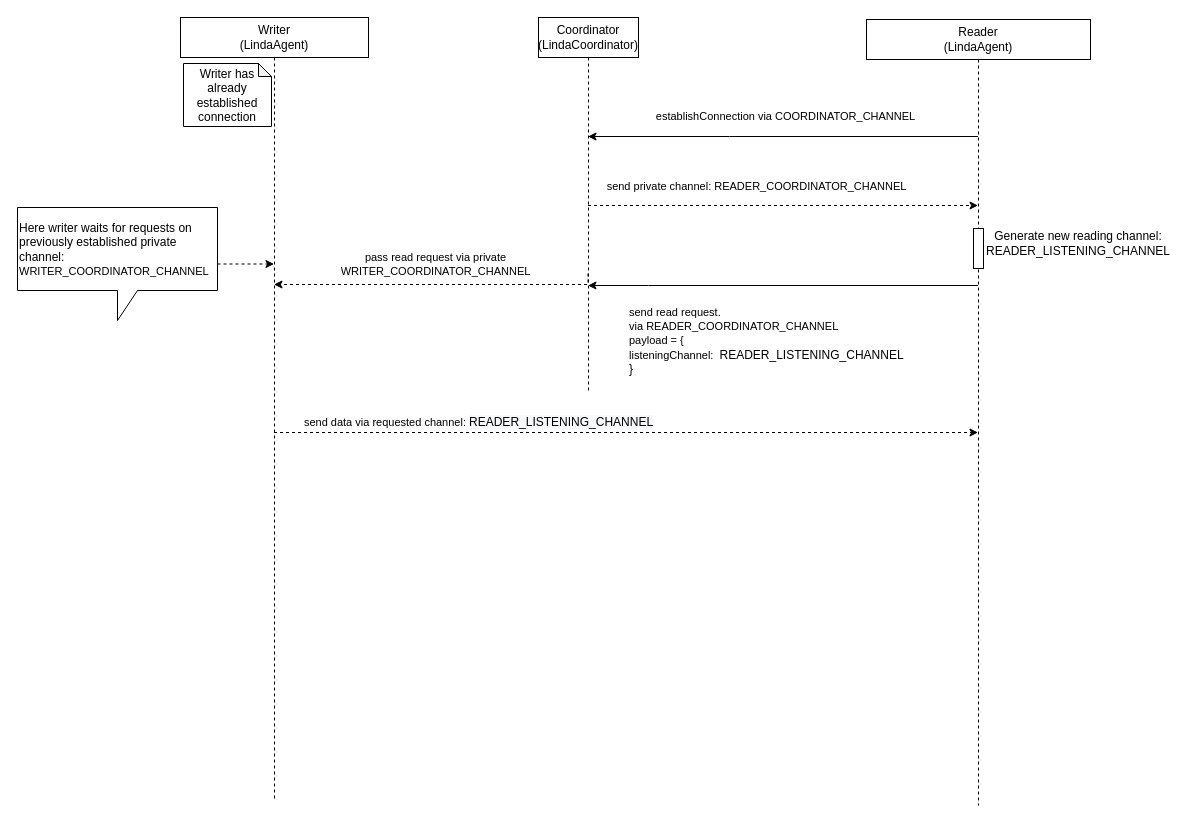
This is page "How channels work 1R - 1W" (5 of 5) of images/diagram.drawio from pochka15/linda, a draw.io file, before an edit. Source tidied: cells renumbered, new cells numbered last; positions are measured from the earlier drawing's top-left corner, leaving out a move shared by most shapes. Both pictures are drawn from the tidied source at 100%, with x=0, y=0 at pixel (17, 17).
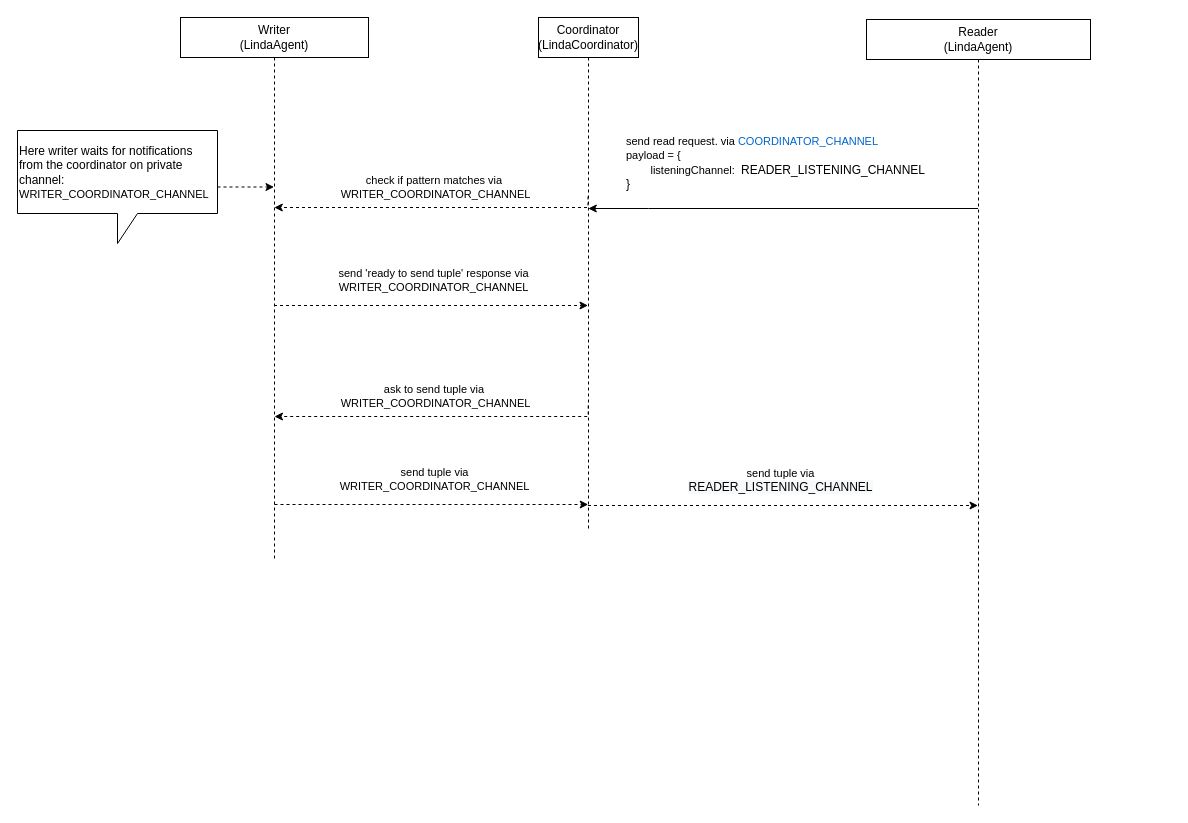
The same page after the edit.

Unchanged cells that the change refers to:
```xml
<mxCell id="10" value="Reader&lt;br&gt;(LindaAgent)" style="shape=umlLifeline;perimeter=lifelinePerimeter;whiteSpace=wrap;html=1;outlineConnect=0;" parent="1" vertex="1">
  <mxGeometry x="849" y="2" width="224" height="786" as="geometry" />
</mxCell>
```

Diff of the diagram source:
```diff
@@
-    <mxCell id="2" value="send private channel: READER_COORDINATOR_CHANNEL" style="edgeStyle=orthogonalEdgeStyle;rounded=0;jettySize=auto;html=1;labelBackgroundColor=#FFFFFF;dashed=1;" parent="1" edge="1" source="5" target="10">
-      <mxGeometry x="-0.14" y="19" relative="1" as="geometry">
-        <Array as="points">
-          <mxPoint x="869" y="188" />
-          <mxPoint x="869" y="188" />
-        </Array>
-      </mxGeometry>
-    </mxCell>
-    <mxCell id="3" style="edgeStyle=orthogonalEdgeStyle;rounded=0;jettySize=auto;html=1;labelBackgroundColor=#FFFFFF;dashed=1;" parent="1" edge="1" target="8">
+    <mxCell id="3" style="edgeStyle=orthogonalEdgeStyle;rounded=0;orthogonalLoop=1;jettySize=auto;html=1;labelBackgroundColor=#FFFFFF;dashed=1;" parent="1" edge="1">
       <mxGeometry relative="1" as="geometry">
-        <mxPoint x="570.5" y="256" as="sourcePoint" />
+        <mxPoint x="570.5" y="179" as="sourcePoint" />
+        <mxPoint x="256.8" y="190" as="targetPoint" />
         <Array as="points">
-          <mxPoint x="571" y="267" />
+          <mxPoint x="571" y="190" />
         </Array>
       </mxGeometry>
     </mxCell>
-    <mxCell id="4" value="pass read request via private &lt;br&gt;WRITER_COORDINATOR_CHANNEL" style="edgeLabel;html=1;align=center;verticalAlign=middle;" parent="3" vertex="1">
+    <mxCell id="4" value="check if pattern matches via&amp;nbsp;&lt;br&gt;&lt;span style=&quot;text-align: left&quot;&gt;WRITER_COORDINATOR_CHANNEL&lt;/span&gt;" style="edgeLabel;html=1;align=center;verticalAlign=middle;" parent="3" vertex="1">
       <mxGeometry x="-0.06" y="-1" relative="1" as="geometry">
         <mxPoint x="-11" y="-20" as="offset" />
       </mxGeometry>
     </mxCell>
     <mxCell id="5" value="Coordinator (LindaCoordinator)" style="shape=umlLifeline;perimeter=lifelinePerimeter;whiteSpace=wrap;html=1;outlineConnect=0;" parent="1" vertex="1">
-      <mxGeometry x="521" width="100" height="376" as="geometry" />
+      <mxGeometry x="521" width="100" height="512" as="geometry" />
     </mxCell>
-    <mxCell id="6" style="edgeStyle=orthogonalEdgeStyle;rounded=0;jettySize=auto;html=1;dashed=1;labelBackgroundColor=#FFFFFF;" parent="1" edge="1" source="8" target="10">
-      <mxGeometry relative="1" as="geometry">
-        <Array as="points">
-          <mxPoint x="775" y="415" />
-          <mxPoint x="775" y="415" />
-        </Array>
-      </mxGeometry>
-    </mxCell>
-    <mxCell id="7" value="send data via requested channel:&amp;nbsp;&lt;span style=&quot;font-size: 12px ; text-align: left ; background-color: rgb(248 , 249 , 250)&quot;&gt;READER_LISTENING_CHANNEL&lt;/span&gt;" style="edgeLabel;html=1;align=center;verticalAlign=middle;" parent="6" vertex="1">
-      <mxGeometry x="-0.3" y="1" relative="1" as="geometry">
-        <mxPoint x="-42" y="-10" as="offset" />
-      </mxGeometry>
-    </mxCell>
+    <mxCell id="18" style="edgeStyle=orthogonalEdgeStyle;rounded=0;jettySize=auto;html=1;dashed=1;labelBackgroundColor=#FFFFFF;fontSize=10;fontColor=#999999;" parent="1" edge="1" source="8" target="5">
+      <mxGeometry relative="1" as="geometry">
+        <Array as="points">
+          <mxPoint x="377" y="288" />
+          <mxPoint x="377" y="288" />
+        </Array>
+      </mxGeometry>
+    </mxCell>
+    <mxCell id="19" value="&lt;span style=&quot;color: rgb(0 , 0 , 0)&quot;&gt;&lt;span style=&quot;font-size: 11px&quot;&gt;send 'ready to send tuple' response via&lt;/span&gt;&lt;span style=&quot;font-size: 11px ; background-color: rgb(255 , 255 , 255)&quot;&gt;&lt;br&gt;&lt;/span&gt;&lt;div style=&quot;font-size: 11px ; text-align: center&quot;&gt;&lt;span style=&quot;text-align: left&quot;&gt;WRITER_COORDINATOR_CHANNEL&lt;/span&gt;&lt;br&gt;&lt;/div&gt;&lt;/span&gt;" style="edgeLabel;html=1;align=center;verticalAlign=middle;fontSize=10;fontColor=#999999;" parent="18" vertex="1">
+      <mxGeometry x="-0.15" y="2" relative="1" as="geometry">
+        <mxPoint x="26" y="-24" as="offset" />
+      </mxGeometry>
+    </mxCell>
     <mxCell id="8" value="Writer&lt;br&gt;(LindaAgent)" style="shape=umlLifeline;perimeter=lifelinePerimeter;whiteSpace=wrap;html=1;outlineConnect=0;" parent="1" vertex="1">
-      <mxGeometry x="163" width="188" height="781" as="geometry" />
+      <mxGeometry x="163" width="188" height="541" as="geometry" />
     </mxCell>
-    <mxCell id="9" value="Writer has already established connection" style="shape=note;whiteSpace=wrap;html=1;backgroundOutline=1;darkOpacity=0.05;size=13;" parent="8" vertex="1">
-      <mxGeometry x="3" y="46" width="88" height="63" as="geometry" />
-    </mxCell>
@@
-    <mxCell id="11" style="html=1;perimeter=orthogonalPerimeter;" parent="10" vertex="1">
-      <mxGeometry x="107" y="209" width="10" height="40" as="geometry" />
-    </mxCell>
-    <mxCell id="12" value="Generate new reading channel: READER_LISTENING_CHANNEL" style="text;html=1;strokeColor=none;fillColor=none;align=center;verticalAlign=middle;whiteSpace=wrap;rounded=0;" parent="10" vertex="1">
-      <mxGeometry x="182" y="209" width="60" height="30" as="geometry" />
-    </mxCell>
-    <mxCell id="13" value="establishConnection via COORDINATOR_CHANNEL" style="endArrow=classic;html=1;rounded=0;labelBackgroundColor=#FFFFFF;" parent="1" edge="1" source="10" target="5">
-      <mxGeometry x="-0.01" y="-20" relative="1" as="geometry">
-        <Array as="points">
-          <mxPoint x="712" y="119" />
-        </Array>
-      </mxGeometry>
-    </mxCell>
-    <mxCell id="14" style="edgeStyle=orthogonalEdgeStyle;rounded=0;jettySize=auto;html=1;labelBackgroundColor=#FFFFFF;" parent="1" edge="1" source="10" target="5">
+    <mxCell id="14" style="edgeStyle=orthogonalEdgeStyle;rounded=0;orthogonalLoop=1;jettySize=auto;html=1;labelBackgroundColor=#FFFFFF;" parent="1" edge="1">
       <mxGeometry relative="1" as="geometry">
+        <mxPoint x="960.5" y="191" as="sourcePoint" />
+        <mxPoint x="570.8" y="191" as="targetPoint" />
         <Array as="points">
-          <mxPoint x="631" y="268" />
-          <mxPoint x="631" y="268" />
+          <mxPoint x="631" y="191" />
+          <mxPoint x="631" y="191" />
         </Array>
       </mxGeometry>
     </mxCell>
-    <mxCell id="15" value="&lt;span style=&quot;font-size: 11px ; background-color: rgb(255 , 255 , 255)&quot;&gt;send read request. via&amp;nbsp;&lt;/span&gt;&lt;span style=&quot;font-size: 11px ; text-align: center ; background-color: rgb(255 , 255 , 255)&quot;&gt;READER_COORDINATOR_CHANNEL&lt;/span&gt;&lt;span style=&quot;font-size: 11px ; background-color: rgb(255 , 255 , 255)&quot;&gt;&lt;br&gt;payload = {&amp;nbsp; &amp;nbsp; &amp;nbsp; &lt;span&gt;&#9;&lt;/span&gt;listeningChannel:&amp;nbsp;&amp;nbsp;&lt;/span&gt;READER_LISTENING_CHANNEL&lt;br&gt;}" style="text;html=1;strokeColor=none;fillColor=none;align=left;verticalAlign=middle;whiteSpace=wrap;rounded=0;" parent="1" vertex="1">
-      <mxGeometry x="610" y="279" width="304" height="88" as="geometry" />
+    <mxCell id="15" value="&lt;span style=&quot;font-size: 11px ; background-color: rgb(255 , 255 , 255)&quot;&gt;send read request. via &lt;font color=&quot;#0066cc&quot;&gt;COORDINATOR_CHANNEL&lt;/font&gt;&lt;/span&gt;&lt;span style=&quot;font-size: 11px ; background-color: rgb(255 , 255 , 255)&quot;&gt;&lt;br&gt;payload = {&lt;br&gt;&lt;span style=&quot;white-space: pre&quot;&gt;&#9;&lt;/span&gt;listeningChannel:&amp;nbsp;&amp;nbsp;&lt;/span&gt;READER_LISTENING_CHANNEL&lt;br&gt;}" style="text;html=1;strokeColor=none;fillColor=none;align=left;verticalAlign=middle;whiteSpace=wrap;rounded=0;" parent="1" vertex="1">
+      <mxGeometry x="607" y="101" width="304" height="88" as="geometry" />
     </mxCell>
     <mxCell id="16" style="edgeStyle=orthogonalEdgeStyle;rounded=0;jettySize=auto;html=1;dashed=1;labelBackgroundColor=#FFFFFF;" parent="1" edge="1" source="17" target="8">
       <mxGeometry relative="1" as="geometry">
         <Array as="points">
-          <mxPoint x="203" y="196" />
-          <mxPoint x="203" y="196" />
+          <mxPoint x="205" y="128" />
+          <mxPoint x="205" y="128" />
         </Array>
       </mxGeometry>
     </mxCell>
-    <mxCell id="17" value="Here writer waits for requests on previously established private channel:&lt;span style=&quot;background-color: rgb(248 , 249 , 250)&quot;&gt;&lt;br&gt;&lt;/span&gt;&lt;span style=&quot;font-size: 11px ; background-color: rgb(255 , 255 , 255)&quot;&gt;WRITER_COORDINATOR_CHANNEL&lt;/span&gt;" style="shape=callout;whiteSpace=wrap;html=1;perimeter=calloutPerimeter;align=left;" parent="1" vertex="1">
-      <mxGeometry y="190" width="200" height="113" as="geometry" />
+    <mxCell id="17" value="Here writer waits for notifications from the coordinator on private channel:&lt;span style=&quot;background-color: rgb(248 , 249 , 250)&quot;&gt;&lt;br&gt;&lt;/span&gt;&lt;span style=&quot;font-size: 11px ; background-color: rgb(255 , 255 , 255)&quot;&gt;WRITER_COORDINATOR_CHANNEL&lt;/span&gt;" style="shape=callout;whiteSpace=wrap;html=1;perimeter=calloutPerimeter;align=left;" parent="1" vertex="1">
+      <mxGeometry y="113" width="200" height="113" as="geometry" />
     </mxCell>
+    <mxCell id="2" style="edgeStyle=orthogonalEdgeStyle;rounded=0;jettySize=auto;html=1;dashed=1;labelBackgroundColor=#FFFFFF;fontSize=10;fontColor=#999999;" parent="1" edge="1" source="5" target="10">
+      <mxGeometry relative="1" as="geometry">
+        <Array as="points">
+          <mxPoint x="769" y="488" />
+          <mxPoint x="769" y="488" />
+        </Array>
+      </mxGeometry>
+    </mxCell>
+    <mxCell id="20" value="&lt;span style=&quot;color: rgb(0 , 0 , 0)&quot;&gt;&lt;span style=&quot;font-size: 11px&quot;&gt;send tuple via&lt;/span&gt;&lt;span style=&quot;font-size: 11px ; background-color: rgb(255 , 255 , 255)&quot;&gt;&lt;br&gt;&lt;/span&gt;&lt;div style=&quot;font-size: 11px ; text-align: center&quot;&gt;&lt;span style=&quot;font-size: 12px ; text-align: left ; background-color: rgb(248 , 249 , 250)&quot;&gt;READER_LISTENING_CHANNEL&lt;/span&gt;&lt;br&gt;&lt;/div&gt;&lt;/span&gt;" style="edgeLabel;html=1;align=center;verticalAlign=middle;fontSize=10;fontColor=#999999;" parent="2" vertex="1">
+      <mxGeometry x="-0.15" y="2" relative="1" as="geometry">
+        <mxPoint x="26" y="-24" as="offset" />
+      </mxGeometry>
+    </mxCell>
+    <mxCell id="21" style="edgeStyle=orthogonalEdgeStyle;rounded=0;orthogonalLoop=1;jettySize=auto;html=1;labelBackgroundColor=#FFFFFF;dashed=1;" parent="1" edge="1">
+      <mxGeometry relative="1" as="geometry">
+        <mxPoint x="570.7" y="388" as="sourcePoint" />
+        <mxPoint x="257" y="399" as="targetPoint" />
+        <Array as="points">
+          <mxPoint x="571.2" y="399" />
+        </Array>
+      </mxGeometry>
+    </mxCell>
+    <mxCell id="22" value="ask to send tuple via&amp;nbsp;&lt;br&gt;&lt;span style=&quot;text-align: left&quot;&gt;WRITER_COORDINATOR_CHANNEL&lt;/span&gt;" style="edgeLabel;html=1;align=center;verticalAlign=middle;" parent="21" vertex="1">
+      <mxGeometry x="-0.06" y="-1" relative="1" as="geometry">
+        <mxPoint x="-11" y="-20" as="offset" />
+      </mxGeometry>
+    </mxCell>
+    <mxCell id="23" style="edgeStyle=orthogonalEdgeStyle;rounded=0;orthogonalLoop=1;jettySize=auto;html=1;dashed=1;labelBackgroundColor=#FFFFFF;fontSize=10;fontColor=#999999;" parent="1" edge="1">
+      <mxGeometry relative="1" as="geometry">
+        <mxPoint x="257" y="487" as="sourcePoint" />
+        <mxPoint x="570.7" y="487" as="targetPoint" />
+        <Array as="points">
+          <mxPoint x="377.2" y="487" />
+          <mxPoint x="377.2" y="487" />
+        </Array>
+      </mxGeometry>
+    </mxCell>
+    <mxCell id="24" value="&lt;span style=&quot;color: rgb(0 , 0 , 0)&quot;&gt;&lt;span style=&quot;font-size: 11px&quot;&gt;send tuple via&lt;/span&gt;&lt;span style=&quot;font-size: 11px ; background-color: rgb(255 , 255 , 255)&quot;&gt;&lt;br&gt;&lt;/span&gt;&lt;div style=&quot;font-size: 11px ; text-align: center&quot;&gt;&lt;span style=&quot;text-align: left&quot;&gt;WRITER_COORDINATOR_CHANNEL&lt;/span&gt;&lt;br&gt;&lt;/div&gt;&lt;/span&gt;" style="edgeLabel;html=1;align=center;verticalAlign=middle;fontSize=10;fontColor=#999999;" parent="23" vertex="1">
+      <mxGeometry x="-0.15" y="2" relative="1" as="geometry">
+        <mxPoint x="26" y="-24" as="offset" />
+      </mxGeometry>
+    </mxCell>
```
